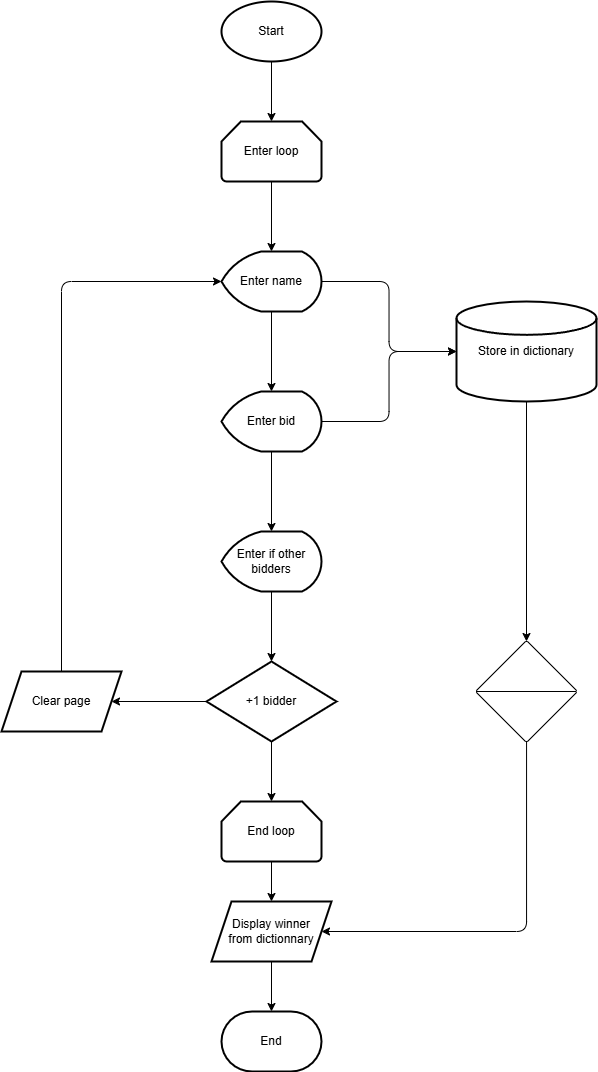
Before: Flowcharts/auction.drawio.png, a diagram exported from draw.io (ShahinKhalkhali/Python-Training). Source tidied: cells renumbered, new cells last; positions are measured from the earlier drawing's top-left corner, leaving out a move shared by most shapes.
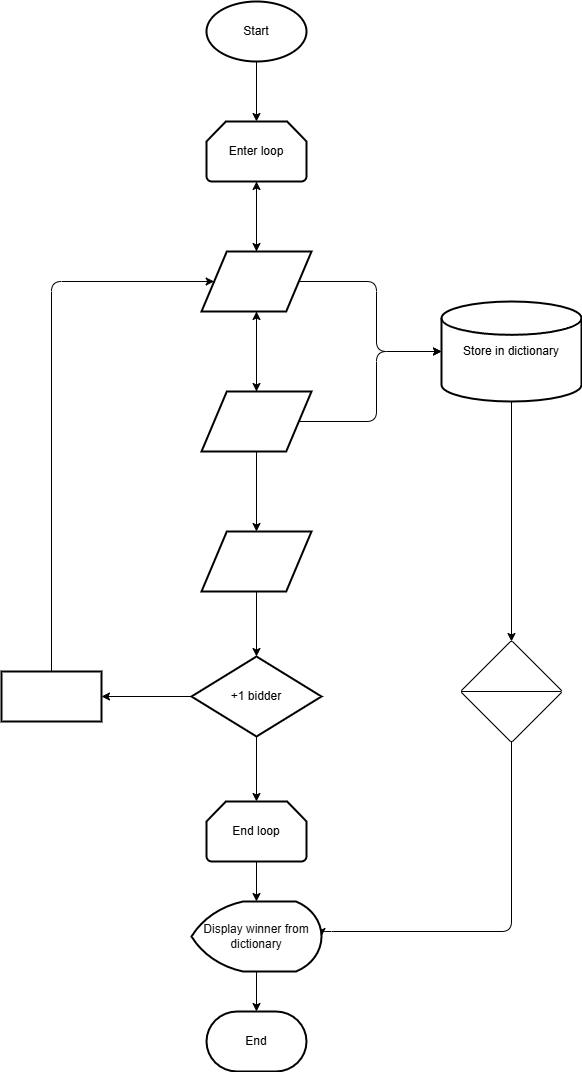
Above is the later version.

The edit, as a diff of the source:
```diff
@@ -2,56 +2,51 @@
   <root>
     <mxCell id="0" />
     <mxCell id="1" parent="0" />
+    <mxCell id="5" value="&lt;span style=&quot;color: rgb(255, 255, 255);&quot;&gt;&lt;font color=&quot;rgba(0, 0, 0, 0)&quot;&gt;Enter name&lt;/font&gt;&lt;/span&gt;" style="shape=parallelogram;html=1;strokeWidth=2;perimeter=parallelogramPerimeter;whiteSpace=wrap;rounded=1;arcSize=0;size=0.23;strokeColor=light-dark(#000000,#FFFFFF);" parent="1" vertex="1">
+      <mxGeometry x="215" y="250" width="110" height="60" as="geometry" />
+    </mxCell>
     <mxCell id="2" value="Start" style="strokeWidth=2;html=1;shape=mxgraph.flowchart.start_1;whiteSpace=wrap;" parent="1" vertex="1">
       <mxGeometry x="220" width="100" height="60" as="geometry" />
     </mxCell>
-    <mxCell id="3" style="edgeStyle=none;html=1;" parent="1" edge="1" source="5" target="7">
-      <mxGeometry relative="1" as="geometry" />
+    <mxCell id="3" style="edgeStyle=none;html=1;exitX=0.5;exitY=1;exitDx=0;exitDy=0;" parent="1" edge="1" source="5">
+      <mxGeometry relative="1" as="geometry">
+        <mxPoint x="270" y="390" as="targetPoint" />
+      </mxGeometry>
     </mxCell>
-    <mxCell id="4" style="edgeStyle=orthogonalEdgeStyle;html=1;entryX=0;entryY=0.5;entryDx=0;entryDy=0;entryPerimeter=0;" parent="1" edge="1" source="5" target="23">
+    <mxCell id="4" style="edgeStyle=orthogonalEdgeStyle;html=1;entryX=0;entryY=0.5;entryDx=0;entryDy=0;entryPerimeter=0;exitX=1;exitY=0.5;exitDx=0;exitDy=0;" parent="1" edge="1" source="5" target="23">
       <mxGeometry relative="1" as="geometry" />
     </mxCell>
-    <mxCell id="5" value="Enter name" style="strokeWidth=2;html=1;shape=mxgraph.flowchart.display;whiteSpace=wrap;" parent="1" vertex="1">
-      <mxGeometry x="220" y="250" width="100" height="60" as="geometry" />
-    </mxCell>
-    <mxCell id="6" style="edgeStyle=none;html=1;" parent="1" edge="1" source="7" target="9">
+    <mxCell id="6" style="edgeStyle=none;html=1;entryX=0.5;entryY=0;entryDx=0;entryDy=0;exitX=0.5;exitY=1;exitDx=0;exitDy=0;" parent="1" edge="1" source="7" target="9">
       <mxGeometry relative="1" as="geometry" />
     </mxCell>
-    <mxCell id="7" value="Enter bid" style="strokeWidth=2;html=1;shape=mxgraph.flowchart.display;whiteSpace=wrap;" parent="1" vertex="1">
-      <mxGeometry x="220" y="390" width="100" height="60" as="geometry" />
-    </mxCell>
-    <mxCell id="8" style="edgeStyle=none;html=1;" parent="1" edge="1" source="9" target="11">
+    <mxCell id="8" style="edgeStyle=none;html=1;exitX=0.5;exitY=1;exitDx=0;exitDy=0;" parent="1" edge="1" source="9" target="11">
       <mxGeometry relative="1" as="geometry" />
     </mxCell>
-    <mxCell id="9" value="Enter if other bidders" style="strokeWidth=2;html=1;shape=mxgraph.flowchart.display;whiteSpace=wrap;" parent="1" vertex="1">
-      <mxGeometry x="220" y="530" width="100" height="60" as="geometry" />
-    </mxCell>
-    <mxCell id="10" style="edgeStyle=none;html=1;" parent="1" edge="1" source="11" target="12">
+    <mxCell id="10" style="edgeStyle=none;html=1;entryX=1;entryY=0.5;entryDx=0;entryDy=0;" parent="1" edge="1" source="11" target="12">
       <mxGeometry relative="1" as="geometry" />
     </mxCell>
     <mxCell id="11" value="+1 bidder" style="rhombus;whiteSpace=wrap;html=1;strokeWidth=2;" parent="1" vertex="1">
-      <mxGeometry x="205" y="660" width="130" height="80" as="geometry" />
+      <mxGeometry x="205" y="655" width="130" height="80" as="geometry" />
     </mxCell>
-    <mxCell id="12" value="Clear page" style="shape=parallelogram;perimeter=parallelogramPerimeter;whiteSpace=wrap;html=1;fixedSize=1;strokeWidth=2;" parent="1" vertex="1">
-      <mxGeometry y="670" width="120" height="60" as="geometry" />
-    </mxCell>
-    <mxCell id="13" style="edgeStyle=none;html=1;exitX=0.5;exitY=0;exitDx=0;exitDy=0;entryX=0;entryY=0.5;entryDx=0;entryDy=0;entryPerimeter=0;" parent="1" edge="1" source="12" target="5">
+    <mxCell id="13" style="edgeStyle=none;html=1;exitX=0.5;exitY=0;exitDx=0;exitDy=0;entryX=0;entryY=0.5;entryDx=0;entryDy=0;" parent="1" edge="1" source="12" target="5">
       <mxGeometry relative="1" as="geometry">
         <Array as="points">
-          <mxPoint x="60" y="280" />
+          <mxPoint x="65" y="280" />
         </Array>
       </mxGeometry>
     </mxCell>
     <mxCell id="14" value="Enter loop" style="strokeWidth=2;html=1;shape=mxgraph.flowchart.loop_limit;whiteSpace=wrap;" parent="1" vertex="1">
       <mxGeometry x="220" y="120" width="100" height="60" as="geometry" />
     </mxCell>
-    <mxCell id="15" style="edgeStyle=none;html=1;entryX=0.5;entryY=0;entryDx=0;entryDy=0;entryPerimeter=0;" parent="1" edge="1" source="14" target="5">
-      <mxGeometry relative="1" as="geometry" />
+    <mxCell id="15" style="edgeStyle=none;html=1;entryX=0.5;entryY=0;entryDx=0;entryDy=0;entryPerimeter=0;" parent="1" edge="1" source="14">
+      <mxGeometry relative="1" as="geometry">
+        <mxPoint x="270" y="250" as="targetPoint" />
+      </mxGeometry>
     </mxCell>
     <mxCell id="16" style="edgeStyle=none;html=1;entryX=0.5;entryY=0;entryDx=0;entryDy=0;entryPerimeter=0;" parent="1" edge="1" source="2" target="14">
       <mxGeometry relative="1" as="geometry" />
     </mxCell>
-    <mxCell id="17" style="edgeStyle=none;html=1;" parent="1" edge="1" source="18" target="22">
+    <mxCell id="17" style="edgeStyle=none;html=1;entryX=0.5;entryY=0;entryDx=0;entryDy=0;entryPerimeter=0;" parent="1" edge="1" source="18" target="30">
       <mxGeometry relative="1" as="geometry" />
     </mxCell>
     <mxCell id="18" value="End loop" style="strokeWidth=2;html=1;shape=mxgraph.flowchart.loop_limit;whiteSpace=wrap;" parent="1" vertex="1">
@@ -63,19 +58,16 @@
     <mxCell id="20" value="End" style="strokeWidth=2;html=1;shape=mxgraph.flowchart.terminator;whiteSpace=wrap;" parent="1" vertex="1">
       <mxGeometry x="220" y="1010" width="100" height="60" as="geometry" />
     </mxCell>
-    <mxCell id="21" style="edgeStyle=none;html=1;" parent="1" edge="1" source="22" target="20">
+    <mxCell id="21" style="edgeStyle=none;html=1;exitX=0.5;exitY=1;exitDx=0;exitDy=0;exitPerimeter=0;" parent="1" edge="1" source="30" target="20">
       <mxGeometry relative="1" as="geometry" />
     </mxCell>
-    <mxCell id="22" value="Display winner&lt;br&gt;from dictionnary" style="shape=parallelogram;perimeter=parallelogramPerimeter;whiteSpace=wrap;html=1;fixedSize=1;strokeWidth=2;" parent="1" vertex="1">
-      <mxGeometry x="210" y="900" width="120" height="60" as="geometry" />
-    </mxCell>
     <mxCell id="23" value="Store in dictionary" style="strokeWidth=2;html=1;shape=mxgraph.flowchart.database;whiteSpace=wrap;" parent="1" vertex="1">
       <mxGeometry x="455" y="300" width="140" height="100" as="geometry" />
     </mxCell>
-    <mxCell id="24" style="edgeStyle=orthogonalEdgeStyle;html=1;entryX=0;entryY=0.5;entryDx=0;entryDy=0;entryPerimeter=0;" parent="1" edge="1" source="7" target="23">
+    <mxCell id="24" style="edgeStyle=orthogonalEdgeStyle;html=1;entryX=0;entryY=0.5;entryDx=0;entryDy=0;entryPerimeter=0;exitX=1;exitY=0.5;exitDx=0;exitDy=0;" parent="1" edge="1" source="7" target="23">
       <mxGeometry relative="1" as="geometry" />
     </mxCell>
-    <mxCell id="25" style="edgeStyle=orthogonalEdgeStyle;html=1;entryX=1;entryY=0.5;entryDx=0;entryDy=0;" parent="1" edge="1" source="26" target="22">
+    <mxCell id="25" style="edgeStyle=orthogonalEdgeStyle;html=1;entryX=1;entryY=0.5;entryDx=0;entryDy=0;entryPerimeter=0;" parent="1" edge="1" source="26" target="30">
       <mxGeometry relative="1" as="geometry">
         <Array as="points">
           <mxPoint x="525" y="930" />
@@ -88,5 +80,23 @@
     <mxCell id="27" style="edgeStyle=none;html=1;entryX=0.5;entryY=0;entryDx=0;entryDy=0;entryPerimeter=0;" parent="1" edge="1" source="23" target="26">
       <mxGeometry relative="1" as="geometry" />
     </mxCell>
+    <mxCell id="28" style="edgeStyle=none;html=1;exitX=0.5;exitY=0;exitDx=0;exitDy=0;" parent="1" edge="1" source="5" target="14">
+      <mxGeometry relative="1" as="geometry" />
+    </mxCell>
+    <mxCell id="9" value="&lt;span style=&quot;color: rgb(255, 255, 255);&quot;&gt;&lt;font color=&quot;rgba(0, 0, 0, 0)&quot;&gt;Enter if other bidders&lt;/font&gt;&lt;/span&gt;" style="shape=parallelogram;html=1;strokeWidth=2;perimeter=parallelogramPerimeter;whiteSpace=wrap;rounded=1;arcSize=0;size=0.23;" parent="1" vertex="1">
+      <mxGeometry x="215" y="530" width="110" height="60" as="geometry" />
+    </mxCell>
+    <mxCell id="29" style="edgeStyle=none;html=1;exitX=0.5;exitY=0;exitDx=0;exitDy=0;" parent="1" edge="1" source="7" target="5">
+      <mxGeometry relative="1" as="geometry" />
+    </mxCell>
+    <mxCell id="7" value="&lt;span style=&quot;color: rgb(255, 255, 255);&quot;&gt;&lt;font color=&quot;rgba(0, 0, 0, 0)&quot;&gt;Enter bid&lt;/font&gt;&lt;/span&gt;" style="shape=parallelogram;html=1;strokeWidth=2;perimeter=parallelogramPerimeter;whiteSpace=wrap;rounded=1;arcSize=0;size=0.23;" parent="1" vertex="1">
+      <mxGeometry x="215" y="390" width="110" height="60" as="geometry" />
+    </mxCell>
+    <mxCell id="30" value="&lt;font color=&quot;#121212&quot;&gt;Display winner from dictionary&lt;/font&gt;" style="strokeWidth=2;html=1;shape=mxgraph.flowchart.display;whiteSpace=wrap;" parent="1" vertex="1">
+      <mxGeometry x="205" y="900" width="130" height="70" as="geometry" />
+    </mxCell>
+    <mxCell id="12" value="&lt;span style=&quot;color: rgb(255, 255, 255);&quot;&gt;&lt;font color=&quot;rgba(0, 0, 0, 0)&quot;&gt;Clear page&lt;/font&gt;&lt;/span&gt;" style="rounded=1;whiteSpace=wrap;html=1;absoluteArcSize=1;arcSize=0;strokeWidth=2;" parent="1" vertex="1">
+      <mxGeometry x="15" y="670" width="100" height="50" as="geometry" />
+    </mxCell>
   </root>
 </mxGraphModel>
```
